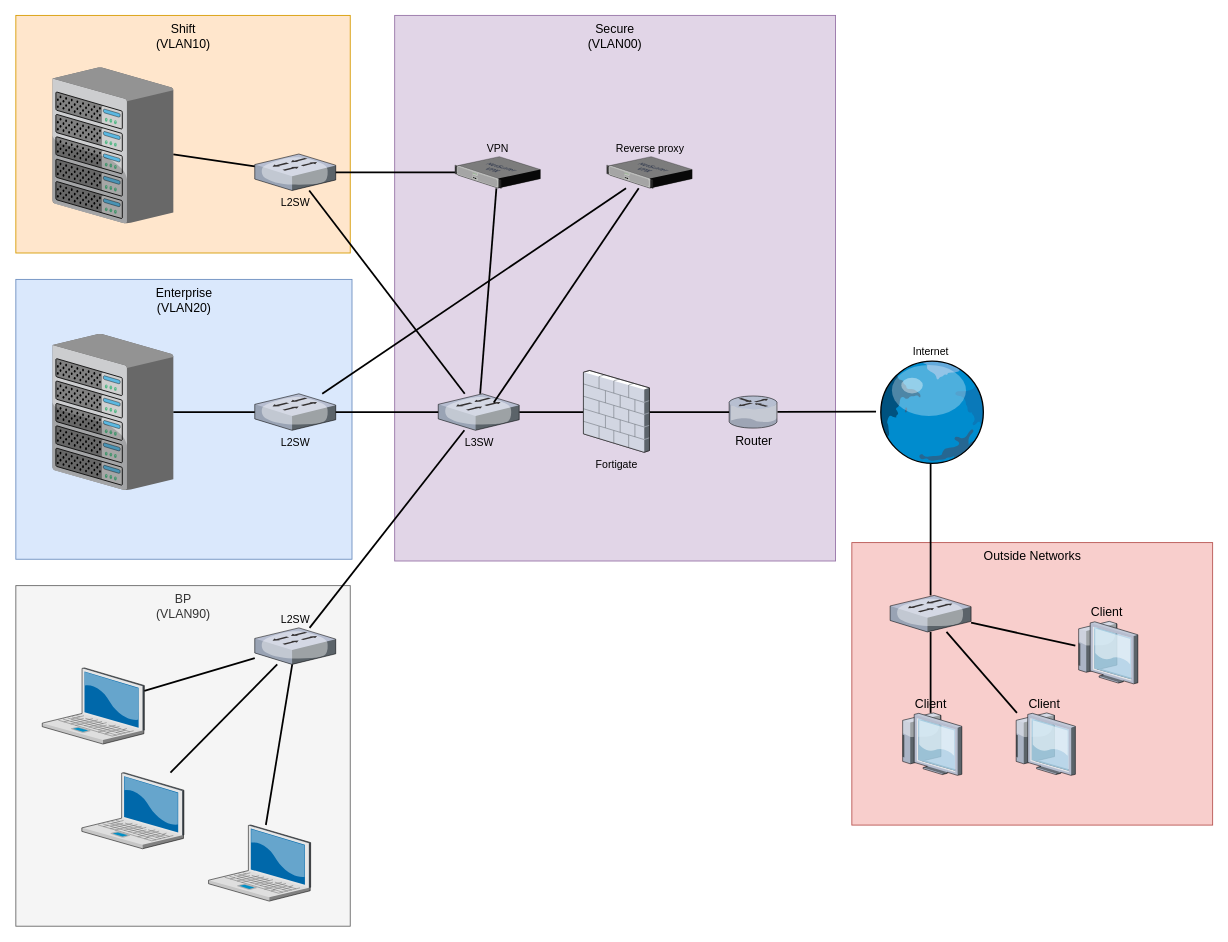
Above: page "Copy of Page-1" (2 of 2) of Doc/Untitled Diagram.drawio in shiftrepo/OperationBreakingDawn (draw.io), before the change. Source tidied: cells renumbered, new cells numbered last; positions are measured from the earlier drawing's top-left corner, leaving out a move shared by most shapes. Both pictures are drawn from the tidied source at 88%, with x=0, y=0 at pixel (15, 15).
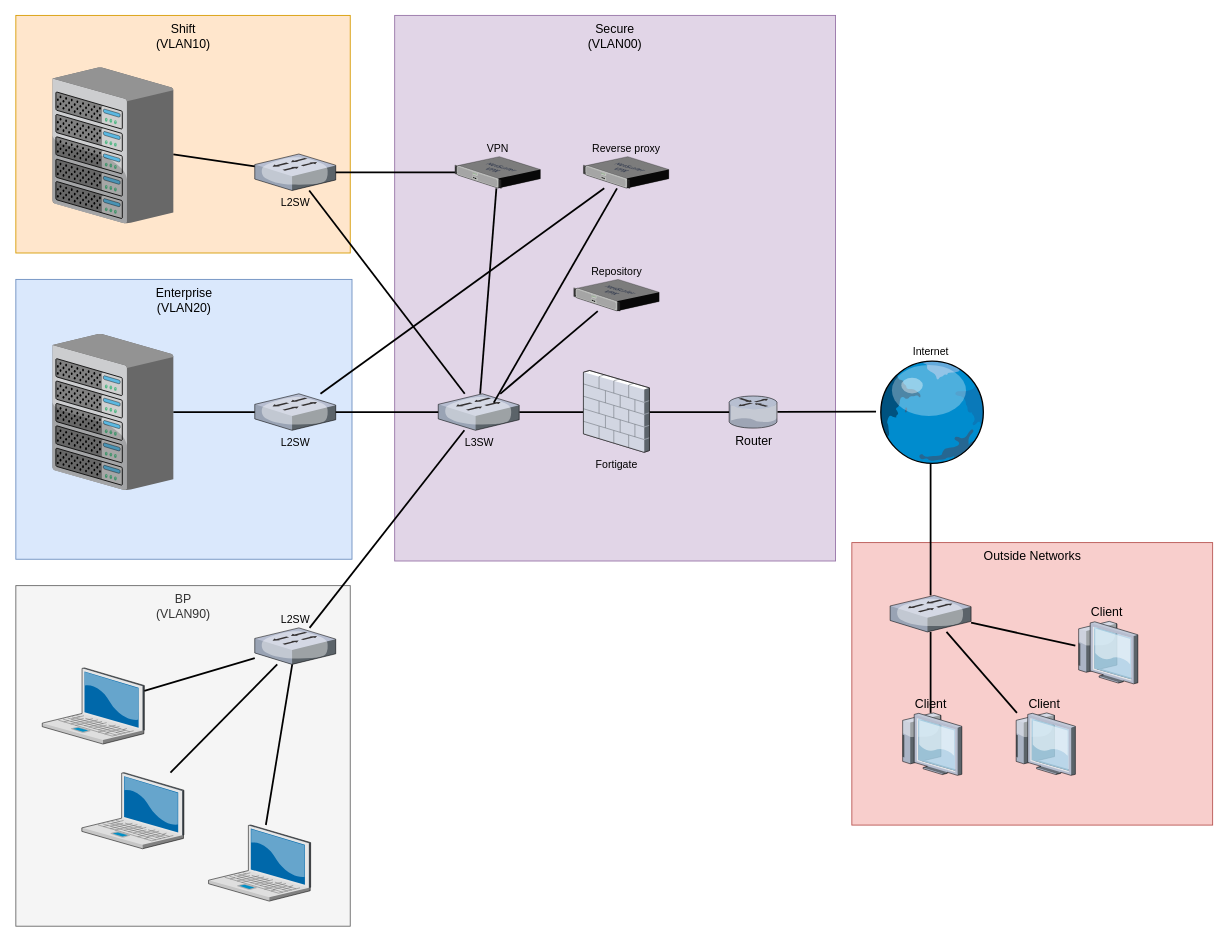
After the change.

Unchanged cells that the change refers to:
```xml
<mxCell id="19" value="L3SW" style="verticalLabelPosition=bottom;html=1;verticalAlign=top;strokeColor=none;align=center;outlineConnect=0;shape=mxgraph.citrix.switch;" parent="1" vertex="1">
  <mxGeometry x="480.5" y="430" width="92" height="41.5" as="geometry" />
</mxCell>
```

What changed in the source:
```diff
@@
     <mxCell id="41" value="Reverse proxy" style="verticalLabelPosition=top;html=1;verticalAlign=bottom;strokeColor=none;align=center;outlineConnect=0;shape=mxgraph.citrix.netscaler_vpx;labelPosition=center;" parent="1" vertex="1">
-      <mxGeometry x="672" y="160.5" width="97" height="36" as="geometry" />
+      <mxGeometry x="645.5" y="160.5" width="97" height="36" as="geometry" />
     </mxCell>
@@
+    <mxCell id="43" value="Repository" style="verticalLabelPosition=top;html=1;verticalAlign=bottom;strokeColor=none;align=center;outlineConnect=0;shape=mxgraph.citrix.netscaler_vpx;labelPosition=center;" parent="1" vertex="1">
+      <mxGeometry x="634.5" y="300" width="97" height="36" as="geometry" />
+    </mxCell>
+    <mxCell id="44" style="edgeStyle=none;rounded=0;html=1;startSize=10;endSize=10;jettySize=auto;fontSize=14;endArrow=none;endFill=0;strokeWidth=2;" parent="1" edge="1" source="43" target="19">
+      <mxGeometry relative="1" as="geometry" />
+    </mxCell>
```
